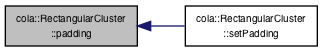
Earlier version of the Graphviz export documentation/classcola_1_1RectangularCluster_a0542b91b59414f9edcab7fd8e3588c18_icgraph.png (mjwybrow/adaptagrams). Its source is kept beside it as documentation/classcola_1_1RectangularCluster_a0542b91b59414f9edcab7fd8e3588c18_icgraph.dot.
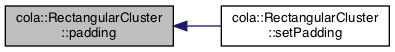
After the change.

What changed in the source:
```diff
@@ -3,7 +3,7 @@
   edge [fontname="Helvetica",fontsize="10",labelfontname="Helvetica",labelfontsize="10"];
   node [fontname="Helvetica",fontsize="10",shape=record];
   rankdir="LR";
-  Node9 [label="cola::RectangularCluster\l::padding",height=0.2,width=0.4,color="black", fillcolor="grey75", style="filled", fontcolor="black"];
-  Node9 -> Node10 [dir="back",color="midnightblue",fontsize="10",style="solid",fontname="Helvetica"];
-  Node10 [label="cola::RectangularCluster\l::setPadding",height=0.2,width=0.4,color="black", fillcolor="white", style="filled",URL="$classcola_1_1RectangularCluster.html#aa651e97fd7fb86c036c6acc5bdb3a817",tooltip="Sets the padding box for this cluster. "];
+  Node10 [label="cola::RectangularCluster\l::padding",height=0.2,width=0.4,color="black", fillcolor="grey75", style="filled", fontcolor="black"];
+  Node10 -> Node11 [dir="back",color="midnightblue",fontsize="10",style="solid",fontname="Helvetica"];
+  Node11 [label="cola::RectangularCluster\l::setPadding",height=0.2,width=0.4,color="black", fillcolor="white", style="filled",URL="$classcola_1_1RectangularCluster.html#aa651e97fd7fb86c036c6acc5bdb3a817",tooltip="Sets the padding box for this cluster. "];
 }
```
